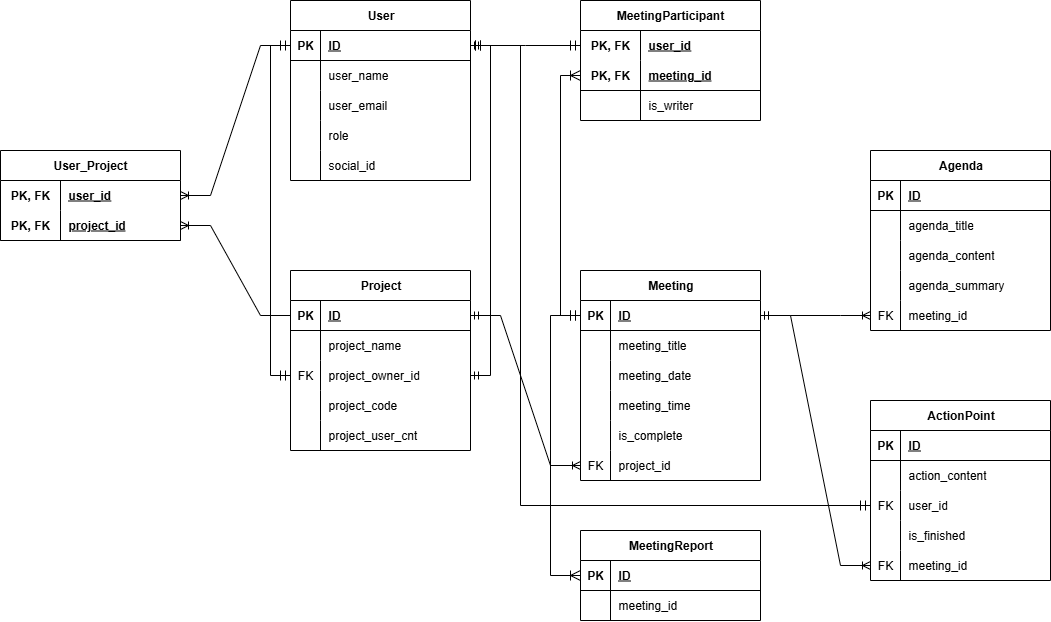
Club-PARD/ActionPoint_BE keeps this draw.io diagram as Longkathon_ERD.png. Above is the earlier version. Source tidied: cells renumbered, new cells last; positions are measured from the earlier drawing's top-left corner, leaving out a move shared by most shapes.
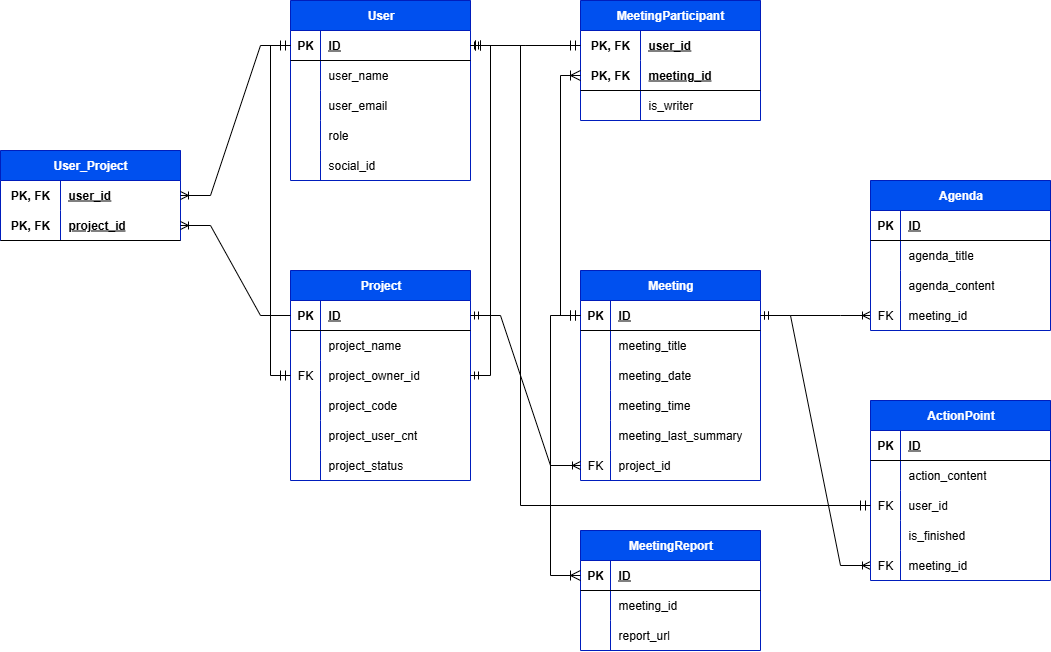
Above is the later version.

The edit, as a diff of the source:
```diff
@@ -2,7 +2,7 @@
   <root>
     <mxCell id="0" />
     <mxCell id="1" parent="0" />
-    <mxCell id="2" value="User" style="shape=table;startSize=30;rowLines=0;fontStyle=1;align=center;html=1;" parent="1" vertex="1">
+    <mxCell id="2" value="User" style="shape=table;startSize=30;rowLines=0;fontStyle=1;align=center;html=1;fillColor=#0050ef;fontColor=#ffffff;strokeColor=#001DBC;" parent="1" vertex="1">
       <mxGeometry x="290" width="180" height="180" as="geometry" />
     </mxCell>
     <mxCell id="3" style="shape=tableRow;horizontal=0;startSize=0;swimlaneHead=0;swimlaneBody=0;fillColor=none;points=[[0,0.5],[1,0.5]];portConstraint=eastwest;top=0;left=0;right=0;bottom=1;" parent="2" vertex="1">
@@ -50,8 +50,8 @@
     <mxCell id="17" value="social_id" style="shape=partialRectangle;fillColor=none;top=0;left=0;bottom=0;right=0;align=left;spacingLeft=6;overflow=hidden;whiteSpace=wrap;html=1;" parent="15" vertex="1">
       <mxGeometry x="30" width="150" height="30" as="geometry" />
     </mxCell>
-    <mxCell id="18" value="Project" style="shape=table;startSize=30;rowLines=0;fontStyle=1;align=center;html=1;" parent="1" vertex="1">
-      <mxGeometry x="290" y="270" width="180" height="180" as="geometry" />
+    <mxCell id="18" value="Project" style="shape=table;startSize=30;rowLines=0;fontStyle=1;align=center;html=1;fillColor=#0050ef;fontColor=#ffffff;strokeColor=#001DBC;" parent="1" vertex="1">
+      <mxGeometry x="290" y="270" width="180" height="210" as="geometry" />
     </mxCell>
     <mxCell id="19" style="shape=tableRow;horizontal=0;startSize=0;swimlaneHead=0;swimlaneBody=0;fillColor=none;points=[[0,0.5],[1,0.5]];portConstraint=eastwest;top=0;left=0;right=0;bottom=1;" parent="18" vertex="1">
       <mxGeometry y="30" width="180" height="30" as="geometry" />
@@ -98,7 +98,16 @@
     <mxCell id="33" value="project_user_cnt" style="shape=partialRectangle;fillColor=none;top=0;left=0;bottom=0;right=0;align=left;spacingLeft=6;overflow=hidden;whiteSpace=wrap;html=1;" parent="31" vertex="1">
       <mxGeometry x="30" width="150" height="30" as="geometry" />
     </mxCell>
+    <mxCell id="120" style="shape=tableRow;horizontal=0;startSize=0;swimlaneHead=0;swimlaneBody=0;fillColor=none;top=0;left=0;right=0;bottom=0;" parent="18" vertex="1">
+      <mxGeometry y="180" width="180" height="30" as="geometry" />
+    </mxCell>
+    <mxCell id="121" style="shape=partialRectangle;fillColor=none;top=0;left=0;bottom=0;right=0;overflow=hidden;whiteSpace=wrap;html=1;" parent="120" vertex="1">
+      <mxGeometry width="30" height="30" as="geometry" />
+    </mxCell>
+    <mxCell id="122" value="project_status" style="shape=partialRectangle;fillColor=none;top=0;left=0;bottom=0;right=0;align=left;spacingLeft=6;overflow=hidden;whiteSpace=wrap;html=1;" parent="120" vertex="1">
+      <mxGeometry x="30" width="150" height="30" as="geometry" />
+    </mxCell>
-    <mxCell id="34" value="Meeting" style="shape=table;startSize=30;rowLines=0;fontStyle=1;align=center;html=1;" parent="1" vertex="1">
+    <mxCell id="34" value="Meeting" style="shape=table;startSize=30;rowLines=0;fontStyle=1;align=center;html=1;fillColor=#0050ef;fontColor=#ffffff;strokeColor=#001DBC;" parent="1" vertex="1">
       <mxGeometry x="580" y="270" width="180" height="210" as="geometry" />
     </mxCell>
     <mxCell id="35" style="shape=tableRow;horizontal=0;startSize=0;swimlaneHead=0;swimlaneBody=0;fillColor=none;points=[[0,0.5],[1,0.5]];portConstraint=eastwest;top=0;left=0;right=0;bottom=1;" parent="34" vertex="1">
@@ -140,12 +149,12 @@
     <mxCell id="47" style="shape=tableRow;horizontal=0;startSize=0;swimlaneHead=0;swimlaneBody=0;fillColor=none;top=0;left=0;right=0;bottom=0;" parent="34" vertex="1">
       <mxGeometry y="150" width="180" height="30" as="geometry" />
     </mxCell>
-    <mxCell id="48" style="shape=partialRectangle;fillColor=none;top=0;left=0;bottom=0;right=0;overflow=hidden;whiteSpace=wrap;html=1;" parent="47" vertex="1">
-      <mxGeometry width="30" height="30" as="geometry" />
-    </mxCell>
-    <mxCell id="49" value="is_complete" style="shape=partialRectangle;fillColor=none;top=0;left=0;bottom=0;right=0;align=left;spacingLeft=6;overflow=hidden;whiteSpace=wrap;html=1;" parent="47" vertex="1">
-      <mxGeometry x="30" width="150" height="30" as="geometry" />
-    </mxCell>
+    <mxCell id="123" style="shape=partialRectangle;fillColor=none;top=0;left=0;bottom=0;right=0;overflow=hidden;whiteSpace=wrap;html=1;" parent="47" vertex="1">
+      <mxGeometry width="30" height="30" as="geometry" />
+    </mxCell>
+    <mxCell id="124" value="meeting_last_summary" style="shape=partialRectangle;fillColor=none;top=0;left=0;bottom=0;right=0;align=left;spacingLeft=6;overflow=hidden;whiteSpace=wrap;html=1;" parent="47" vertex="1">
+      <mxGeometry x="30" width="150" height="30" as="geometry" />
+    </mxCell>
     <mxCell id="50" style="shape=tableRow;horizontal=0;startSize=0;swimlaneHead=0;swimlaneBody=0;fillColor=none;points=[[0,0.5],[1,0.5]];portConstraint=eastwest;top=0;left=0;right=0;bottom=0;" parent="34" vertex="1">
       <mxGeometry y="180" width="180" height="30" as="geometry" />
     </mxCell>
@@ -155,7 +164,7 @@
     <mxCell id="52" value="project_id" style="shape=partialRectangle;fillColor=none;top=0;left=0;bottom=0;right=0;align=left;spacingLeft=6;overflow=hidden;whiteSpace=wrap;html=1;" parent="50" vertex="1">
       <mxGeometry x="30" width="150" height="30" as="geometry" />
     </mxCell>
-    <mxCell id="53" value="User_Project" style="shape=table;startSize=30;rowLines=0;fontStyle=1;align=center;html=1;whiteSpace=wrap;" parent="1" vertex="1">
+    <mxCell id="53" value="User_Project" style="shape=table;startSize=30;rowLines=0;fontStyle=1;align=center;html=1;whiteSpace=wrap;fillColor=#0050ef;fontColor=#ffffff;strokeColor=#001DBC;" parent="1" vertex="1">
       <mxGeometry y="150" width="180" height="90" as="geometry" />
     </mxCell>
     <mxCell id="54" style="shape=tableRow;horizontal=0;startSize=0;swimlaneHead=0;swimlaneBody=0;fillColor=none;points=[[0,0.5],[1,0.5]];portConstraint=eastwest;top=0;left=0;right=0;bottom=0;html=1;" parent="53" vertex="1">
@@ -202,8 +211,8 @@
     <mxCell id="64" style="edgeStyle=entityRelationEdgeStyle;fontSize=12;html=1;endArrow=ERoneToMany;startArrow=ERmandOne;rounded=0;entryX=0;entryY=0.5;entryDx=0;entryDy=0;exitX=1;exitY=0.5;exitDx=0;exitDy=0;" parent="1" edge="1" source="35" target="94">
       <mxGeometry relative="1" as="geometry" />
     </mxCell>
-    <mxCell id="65" value="Agenda" style="shape=table;startSize=30;rowLines=0;fontStyle=1;align=center;html=1;" parent="1" vertex="1">
-      <mxGeometry x="870" y="150" width="180" height="180" as="geometry" />
+    <mxCell id="65" value="Agenda" style="shape=table;startSize=30;rowLines=0;fontStyle=1;align=center;html=1;fillColor=#0050ef;fontColor=#ffffff;strokeColor=#001DBC;" parent="1" vertex="1">
+      <mxGeometry x="870" y="180" width="180" height="150" as="geometry" />
     </mxCell>
     <mxCell id="66" style="shape=tableRow;horizontal=0;startSize=0;swimlaneHead=0;swimlaneBody=0;fillColor=none;top=0;left=0;right=0;bottom=1;" parent="65" vertex="1">
       <mxGeometry y="30" width="180" height="30" as="geometry" />
@@ -232,17 +241,8 @@
     <mxCell id="74" value="agenda_content" style="shape=partialRectangle;fillColor=none;top=0;left=0;bottom=0;right=0;align=left;spacingLeft=6;overflow=hidden;whiteSpace=wrap;html=1;" parent="72" vertex="1">
       <mxGeometry x="30" width="150" height="30" as="geometry" />
     </mxCell>
-    <mxCell id="75" style="shape=tableRow;horizontal=0;startSize=0;swimlaneHead=0;swimlaneBody=0;fillColor=none;top=0;left=0;right=0;bottom=0;" parent="65" vertex="1">
-      <mxGeometry y="120" width="180" height="30" as="geometry" />
-    </mxCell>
-    <mxCell id="76" style="shape=partialRectangle;fillColor=none;top=0;left=0;bottom=0;right=0;overflow=hidden;whiteSpace=wrap;html=1;" parent="75" vertex="1">
-      <mxGeometry width="30" height="30" as="geometry" />
-    </mxCell>
-    <mxCell id="77" value="agenda_summary" style="shape=partialRectangle;fillColor=none;top=0;left=0;bottom=0;right=0;align=left;spacingLeft=6;overflow=hidden;whiteSpace=wrap;html=1;" parent="75" vertex="1">
-      <mxGeometry x="30" width="150" height="30" as="geometry" />
-    </mxCell>
     <mxCell id="78" style="shape=tableRow;horizontal=0;startSize=0;swimlaneHead=0;swimlaneBody=0;fillColor=none;points=[[0,0.5],[1,0.5]];portConstraint=eastwest;top=0;left=0;right=0;bottom=0;" parent="65" vertex="1">
-      <mxGeometry y="150" width="180" height="30" as="geometry" />
+      <mxGeometry y="120" width="180" height="30" as="geometry" />
     </mxCell>
     <mxCell id="79" value="FK" style="shape=partialRectangle;fillColor=none;top=0;left=0;bottom=0;right=0;overflow=hidden;whiteSpace=wrap;html=1;" parent="78" vertex="1">
       <mxGeometry width="30" height="30" as="geometry" />
@@ -250,7 +250,7 @@
     <mxCell id="80" value="meeting_id" style="shape=partialRectangle;fillColor=none;top=0;left=0;bottom=0;right=0;align=left;spacingLeft=6;overflow=hidden;whiteSpace=wrap;html=1;" parent="78" vertex="1">
       <mxGeometry x="30" width="150" height="30" as="geometry" />
     </mxCell>
-    <mxCell id="81" value="ActionPoint" style="shape=table;startSize=30;rowLines=0;fontStyle=1;align=center;html=1;" parent="1" vertex="1">
+    <mxCell id="81" value="ActionPoint" style="shape=table;startSize=30;rowLines=0;fontStyle=1;align=center;html=1;fillColor=#0050ef;fontColor=#ffffff;strokeColor=#001DBC;" parent="1" vertex="1">
       <mxGeometry x="870" y="400" width="180" height="180" as="geometry" />
     </mxCell>
     <mxCell id="82" style="shape=tableRow;horizontal=0;startSize=0;swimlaneHead=0;swimlaneBody=0;fillColor=none;top=0;left=0;right=0;bottom=1;" parent="81" vertex="1">
@@ -305,7 +305,7 @@
         </Array>
       </mxGeometry>
     </mxCell>
-    <mxCell id="98" value="MeetingParticipant" style="shape=table;startSize=30;rowLines=0;fontStyle=1;align=center;html=1;whiteSpace=wrap;" parent="1" vertex="1">
+    <mxCell id="98" value="MeetingParticipant" style="shape=table;startSize=30;rowLines=0;fontStyle=1;align=center;html=1;whiteSpace=wrap;fillColor=#0050ef;strokeColor=#001DBC;fontColor=#ffffff;" parent="1" vertex="1">
       <mxGeometry x="580" width="180" height="120" as="geometry" />
     </mxCell>
     <mxCell id="99" style="shape=tableRow;horizontal=0;startSize=0;swimlaneHead=0;swimlaneBody=0;fillColor=none;points=[[0,0.5],[1,0.5]];portConstraint=eastwest;top=0;left=0;right=0;bottom=0;html=1;" parent="98" vertex="1">
@@ -359,8 +359,8 @@
         </Array>
       </mxGeometry>
     </mxCell>
-    <mxCell id="112" value="MeetingReport" style="shape=table;startSize=30;rowLines=0;fontStyle=1;align=center;html=1;" parent="1" vertex="1">
-      <mxGeometry x="580" y="530" width="180" height="90" as="geometry" />
+    <mxCell id="112" value="MeetingReport" style="shape=table;startSize=30;rowLines=0;fontStyle=1;align=center;html=1;fillColor=#0050ef;fontColor=#ffffff;strokeColor=#001DBC;" parent="1" vertex="1">
+      <mxGeometry x="580" y="530" width="180" height="120" as="geometry" />
     </mxCell>
     <mxCell id="113" style="shape=tableRow;horizontal=0;startSize=0;swimlaneHead=0;swimlaneBody=0;fillColor=none;points=[[0,0.5],[1,0.5]];portConstraint=eastwest;top=0;left=0;right=0;bottom=1;" parent="112" vertex="1">
       <mxGeometry y="30" width="180" height="30" as="geometry" />
@@ -380,6 +380,15 @@
     <mxCell id="118" value="meeting_id" style="shape=partialRectangle;fillColor=none;top=0;left=0;bottom=0;right=0;align=left;spacingLeft=6;overflow=hidden;whiteSpace=wrap;html=1;" parent="116" vertex="1">
       <mxGeometry x="30" width="150" height="30" as="geometry" />
     </mxCell>
+    <mxCell id="125" style="shape=tableRow;horizontal=0;startSize=0;swimlaneHead=0;swimlaneBody=0;fillColor=none;top=0;left=0;right=0;bottom=0;" parent="112" vertex="1">
+      <mxGeometry y="90" width="180" height="30" as="geometry" />
+    </mxCell>
+    <mxCell id="126" style="shape=partialRectangle;fillColor=none;top=0;left=0;bottom=0;right=0;overflow=hidden;whiteSpace=wrap;html=1;" parent="125" vertex="1">
+      <mxGeometry width="30" height="30" as="geometry" />
+    </mxCell>
+    <mxCell id="127" value="report_url" style="shape=partialRectangle;fillColor=none;top=0;left=0;bottom=0;right=0;align=left;spacingLeft=6;overflow=hidden;whiteSpace=wrap;html=1;" parent="125" vertex="1">
+      <mxGeometry x="30" width="150" height="30" as="geometry" />
+    </mxCell>
     <mxCell id="119" style="edgeStyle=elbowEdgeStyle;fontSize=12;html=1;endArrow=ERoneToMany;startArrow=ERmandOne;rounded=0;startSize=8;endSize=8;exitX=0;exitY=0.5;exitDx=0;exitDy=0;entryX=0;entryY=0.5;entryDx=0;entryDy=0;" parent="1" edge="1" source="35" target="113">
       <mxGeometry relative="1" as="geometry">
         <Array as="points">
```
